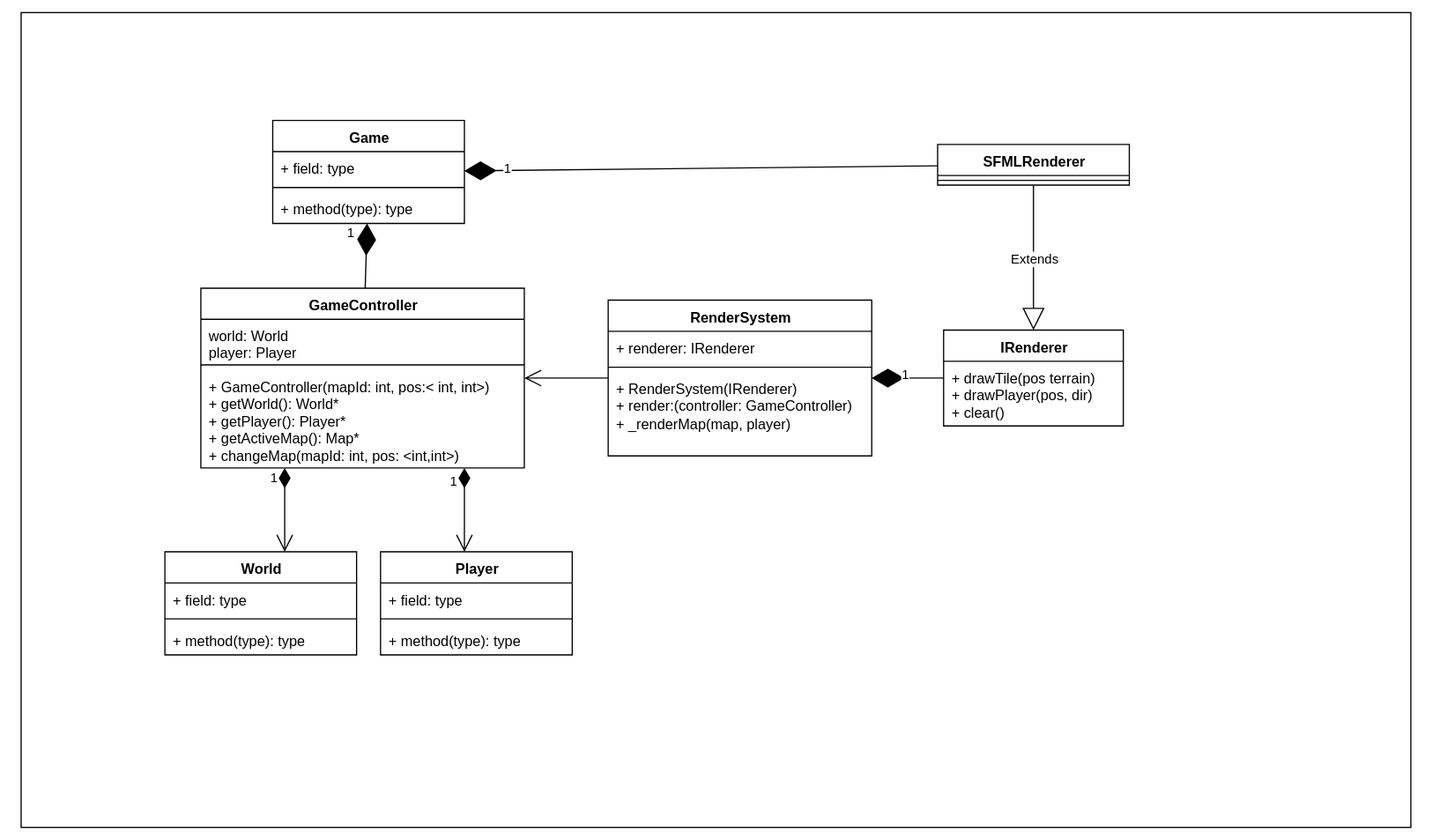
Before: pokemon_docs/2_Design.svg, a diagram exported from draw.io (kkartikeya1998/GameEngine). Source tidied: cells renumbered, new cells last; positions are measured from the earlier drawing's top-left corner, leaving out a move shared by most shapes.
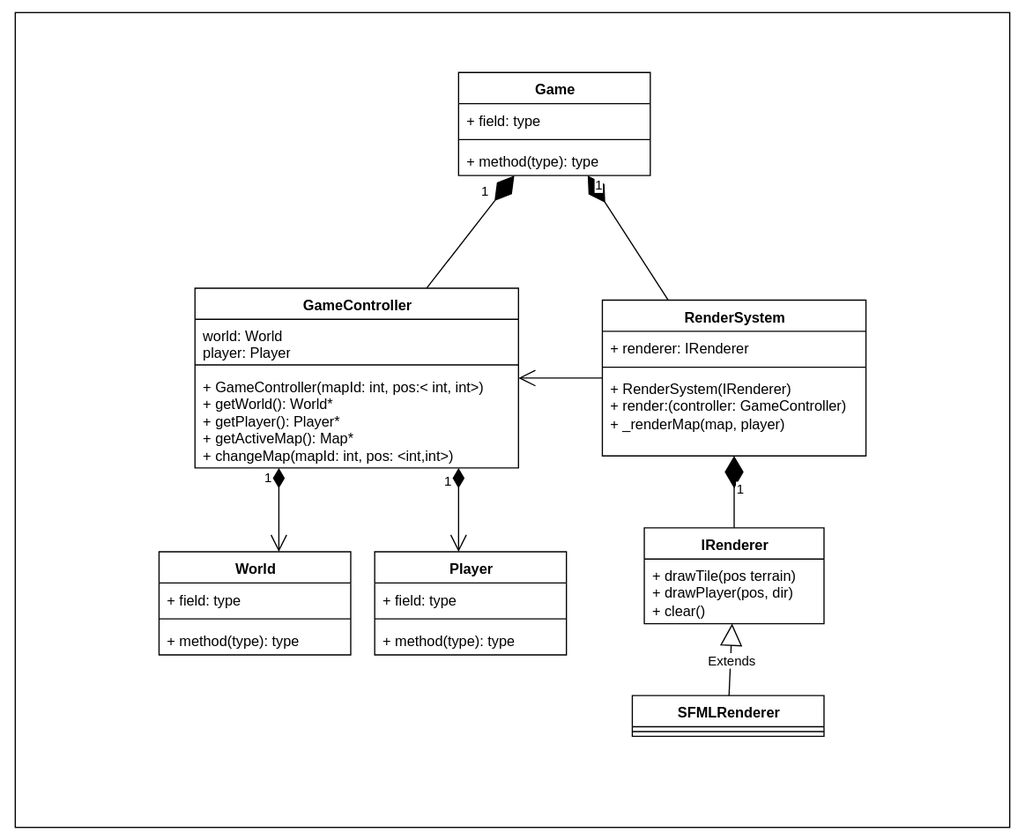
The same diagram one commit later.

Diff of the diagram source:
```diff
@@ -3,7 +3,7 @@
     <mxCell id="0" />
     <mxCell id="1" parent="0" />
     <mxCell id="2" style="rounded=0;whiteSpace=wrap;html=1;" parent="1" vertex="1">
-      <mxGeometry width="1160" height="680" as="geometry" />
+      <mxGeometry width="830" height="680" as="geometry" />
     </mxCell>
     <mxCell id="3" value="GameController" style="swimlane;fontStyle=1;align=center;verticalAlign=top;horizontal=1;startSize=26;whiteSpace=wrap;html=1;" parent="1" vertex="1">
       <mxGeometry x="150" y="230" width="270" height="150" as="geometry" />
@@ -83,7 +83,7 @@
       <mxGeometry relative="1" as="geometry" />
     </mxCell>
     <mxCell id="24" value="IRenderer" style="swimlane;fontStyle=1;align=center;verticalAlign=top;horizontal=1;startSize=26;whiteSpace=wrap;html=1;" parent="1" vertex="1">
-      <mxGeometry x="770" y="265" width="150" height="80" as="geometry" />
+      <mxGeometry x="525" y="430" width="150" height="80" as="geometry" />
     </mxCell>
     <mxCell id="25" value="+ drawTile(pos terrain)&lt;br&gt;+ drawPlayer(pos, dir)&lt;br&gt;+ clear()" style="text;strokeColor=none;fillColor=none;align=left;verticalAlign=top;spacingLeft=4;spacingRight=4;overflow=hidden;whiteSpace=wrap;html=1;" parent="24" vertex="1">
       <mxGeometry y="26" width="150" height="54" as="geometry" />
@@ -95,7 +95,7 @@
       <mxGeometry x="0.1" y="-4" relative="1" as="geometry" />
     </mxCell>
     <mxCell id="28" value="SFMLRenderer" style="swimlane;fontStyle=1;align=center;verticalAlign=top;horizontal=1;startSize=26;whiteSpace=wrap;html=1;" parent="1" vertex="1">
-      <mxGeometry x="765" y="110" width="160" height="34" as="geometry" />
+      <mxGeometry x="515" y="570" width="160" height="34" as="geometry" />
     </mxCell>
     <mxCell id="29" style="line;strokeWidth=1;fillColor=none;align=left;verticalAlign=middle;spacingTop=-1;spacingLeft=3;spacingRight=3;labelPosition=right;strokeColor=inherit;" parent="28" vertex="1">
       <mxGeometry y="26" width="160" height="8" as="geometry" />
@@ -104,7 +104,7 @@
       <mxGeometry relative="1" as="geometry" />
     </mxCell>
     <mxCell id="31" value="Game" style="swimlane;fontStyle=1;align=center;verticalAlign=top;horizontal=1;startSize=26;whiteSpace=wrap;html=1;" parent="1" vertex="1">
-      <mxGeometry x="210" y="90" width="160" height="86" as="geometry" />
+      <mxGeometry x="370" y="50" width="160" height="86" as="geometry" />
     </mxCell>
     <mxCell id="32" value="+ field: type" style="text;strokeColor=none;fillColor=none;align=left;verticalAlign=top;spacingLeft=4;spacingRight=4;overflow=hidden;whiteSpace=wrap;html=1;" parent="31" vertex="1">
       <mxGeometry y="26" width="160" height="26" as="geometry" />
@@ -123,7 +123,7 @@
         <mxPoint x="-12" y="-2" as="offset" />
       </mxGeometry>
     </mxCell>
-    <mxCell id="37" style="endArrow=diamondThin;endFill=1;endSize=24;html=1;" parent="1" edge="1" source="28" target="31">
+    <mxCell id="37" style="endArrow=diamondThin;endFill=1;endSize=24;html=1;exitX=0.25;exitY=0;exitDx=0;exitDy=0;" parent="1" edge="1" source="19" target="31">
       <mxGeometry relative="1" as="geometry" />
     </mxCell>
     <mxCell id="38" value="1" style="edgeLabel;html=1;align=center;verticalAlign=middle;" parent="37" vertex="1">
```
